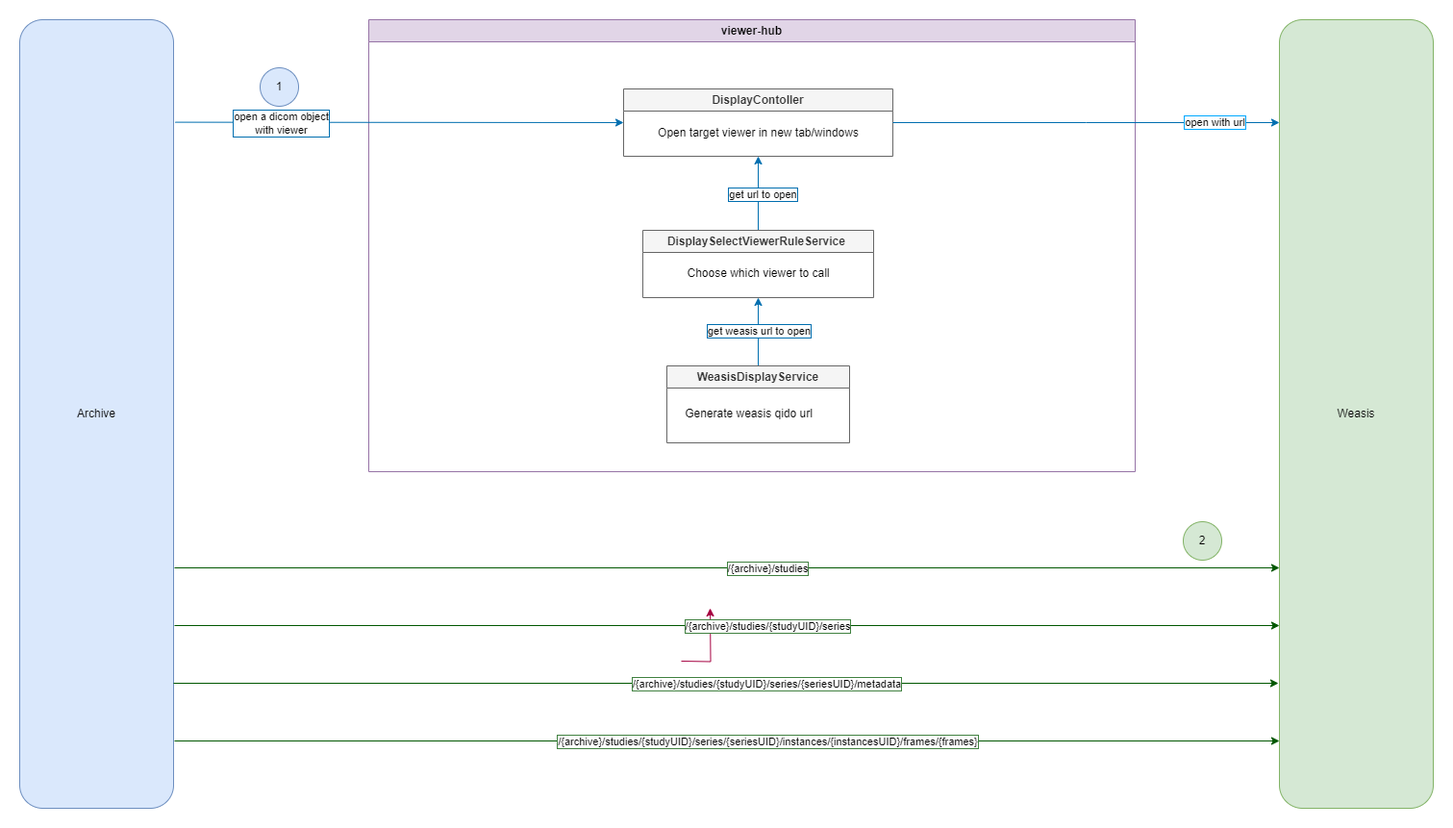
Before: src/main/resources/documentation/integration/weasis-dicomweb.drawio.png, a diagram exported from draw.io (nroduit/viewer-hub). Source tidied: cells renumbered, new cells last; positions are measured from the earlier drawing's top-left corner, leaving out a move shared by most shapes. Its diagram source:
```xml
<mxGraphModel>
  <root>
    <mxCell id="0" />
    <mxCell id="1" parent="0" />
    <mxCell id="2" value="Weasis" style="rounded=1;whiteSpace=wrap;html=1;fillColor=#d5e8d4;strokeColor=#82b366;" parent="1" vertex="1">
      <mxGeometry x="1310" width="160" height="820" as="geometry" />
    </mxCell>
    <mxCell id="3" value="Archive" style="rounded=1;whiteSpace=wrap;html=1;fillColor=#dae8fc;strokeColor=#6c8ebf;" parent="1" vertex="1">
      <mxGeometry width="160" height="820" as="geometry" />
    </mxCell>
    <mxCell id="4" value="viewer-hub" style="swimlane;whiteSpace=wrap;html=1;startSize=23;align=center;fillColor=#e1d5e7;strokeColor=#9673a6;" parent="1" vertex="1">
      <mxGeometry x="363" width="797" height="470" as="geometry" />
    </mxCell>
    <mxCell id="5" style="endArrow=classic;html=1;rounded=0;exitX=0.5;exitY=0;exitDx=0;exitDy=0;entryX=0.5;entryY=1;entryDx=0;entryDy=0;fillColor=#1ba1e2;strokeColor=#006EAF;" parent="4" edge="1" source="14" target="12">
      <mxGeometry relative="1" as="geometry" />
    </mxCell>
    <mxCell id="6" value="get weasis url to open" style="edgeLabel;html=1;align=center;verticalAlign=middle;labelBorderColor=light-dark(#006eaf, #ededed);" parent="5" vertex="1">
      <mxGeometry x="0.04" relative="1" as="geometry" />
    </mxCell>
    <mxCell id="7" style="endArrow=classic;html=1;rounded=0;entryX=0.5;entryY=1;entryDx=0;entryDy=0;exitX=0.5;exitY=0;exitDx=0;exitDy=0;fillColor=#1ba1e2;strokeColor=#006EAF;" parent="4" edge="1" source="12" target="9">
      <mxGeometry relative="1" as="geometry" />
    </mxCell>
    <mxCell id="8" value="get url to open" style="edgeLabel;html=1;align=center;verticalAlign=middle;labelBorderColor=light-dark(#006eaf, #ededed);" parent="7" vertex="1">
      <mxGeometry x="-0.01" y="-4" relative="1" as="geometry" />
    </mxCell>
    <mxCell id="9" value="DisplayContoller" style="swimlane;whiteSpace=wrap;html=1;fillColor=#f5f5f5;strokeColor=#666666;fontColor=#333333;" parent="4" vertex="1">
      <mxGeometry x="265" y="72" width="280" height="70" as="geometry" />
    </mxCell>
    <mxCell id="10" value="Open target viewer in new tab/windows" style="text;html=1;align=center;verticalAlign=middle;strokeColor=none;fillColor=none;" parent="9" vertex="1">
      <mxGeometry x="25" y="31" width="230" height="30" as="geometry" />
    </mxCell>
    <mxCell id="11" style="edgeStyle=orthogonalEdgeStyle;rounded=0;orthogonalLoop=1;jettySize=auto;html=1;exitX=0.75;exitY=0;exitDx=0;exitDy=0;entryX=0.25;entryY=1;entryDx=0;entryDy=0;fillColor=#d80073;strokeColor=#A50040;" parent="4" edge="1">
      <mxGeometry relative="1" as="geometry">
        <mxPoint x="325" y="667" as="sourcePoint" />
        <mxPoint x="355" y="612" as="targetPoint" />
      </mxGeometry>
    </mxCell>
    <mxCell id="12" value="&lt;span style=&quot;&quot;&gt;DisplaySelectViewerRuleService&amp;nbsp;&lt;/span&gt;" style="swimlane;whiteSpace=wrap;html=1;fontStyle=1;fillColor=#f5f5f5;strokeColor=#666666;fontColor=#333333;" parent="4" vertex="1">
      <mxGeometry x="285" y="219" width="240" height="70" as="geometry" />
    </mxCell>
    <mxCell id="13" value="Choose which viewer to call" style="text;html=1;align=center;verticalAlign=middle;strokeColor=none;fillColor=none;" parent="12" vertex="1">
      <mxGeometry x="35" y="30" width="170" height="30" as="geometry" />
    </mxCell>
    <mxCell id="14" value="&lt;span style=&quot;&quot;&gt;WeasisDisplayService&lt;/span&gt;" style="swimlane;whiteSpace=wrap;html=1;fontStyle=1;align=center;fillColor=#f5f5f5;strokeColor=#666666;fontColor=#333333;" parent="4" vertex="1">
      <mxGeometry x="310" y="360" width="190" height="80" as="geometry" />
    </mxCell>
    <mxCell id="15" value="Generate weasis qido url" style="text;html=1;align=center;verticalAlign=middle;strokeColor=none;fillColor=none;" parent="14" vertex="1">
      <mxGeometry x="5" y="35" width="160" height="30" as="geometry" />
    </mxCell>
    <mxCell id="16" style="edgeStyle=orthogonalEdgeStyle;rounded=0;orthogonalLoop=1;jettySize=auto;html=1;exitX=0;exitY=0.5;exitDx=0;exitDy=0;entryX=0.75;entryY=1;entryDx=0;entryDy=0;fillColor=#008a00;strokeColor=#005700;" parent="4" edge="1">
      <mxGeometry relative="1" as="geometry">
        <mxPoint x="455" y="612" as="targetPoint" />
      </mxGeometry>
    </mxCell>
    <mxCell id="17" style="edgeStyle=orthogonalEdgeStyle;rounded=0;orthogonalLoop=1;jettySize=auto;html=1;exitX=1;exitY=0.5;exitDx=0;exitDy=0;entryX=0;entryY=0.5;entryDx=0;entryDy=0;fillColor=#008a00;strokeColor=#005700;" parent="4" edge="1">
      <mxGeometry relative="1" as="geometry">
        <mxPoint x="505" y="572" as="sourcePoint" />
      </mxGeometry>
    </mxCell>
    <mxCell id="18" style="edgeStyle=orthogonalEdgeStyle;rounded=0;orthogonalLoop=1;jettySize=auto;html=1;exitX=0.5;exitY=1;exitDx=0;exitDy=0;entryX=0;entryY=0.75;entryDx=0;entryDy=0;fillColor=#d80073;strokeColor=#A50040;" parent="4" edge="1">
      <mxGeometry relative="1" as="geometry">
        <mxPoint x="405" y="612" as="sourcePoint" />
      </mxGeometry>
    </mxCell>
    <mxCell id="19" style="edgeStyle=orthogonalEdgeStyle;rounded=0;orthogonalLoop=1;jettySize=auto;html=1;exitX=0.5;exitY=0;exitDx=0;exitDy=0;entryX=0.25;entryY=1;entryDx=0;entryDy=0;fillColor=#d80073;strokeColor=#A50040;" parent="4" edge="1">
      <mxGeometry relative="1" as="geometry">
        <mxPoint x="163.5" y="760" as="targetPoint" />
      </mxGeometry>
    </mxCell>
    <mxCell id="20" value="&lt;span style=&quot;color: rgba(0, 0, 0, 0); font-family: monospace; font-size: 0px; text-align: start;&quot;&gt;%3CmxGraphModel%3E%3Croot%3E%3CmxCell%20id%3D%220%22%2F%3E%3CmxCell%20id%3D%221%22%20parent%3D%220%22%2F%3E%3CmxCell%20id%3D%222%22%20value%3D%22retrieve%20manifest%20from%20key%22%20style%3D%22text%3Bhtml%3D1%3Balign%3Dcenter%3BverticalAlign%3Dmiddle%3Bresizable%3D0%3Bpoints%3D%5B%5D%3Bautosize%3D1%3BstrokeColor%3Dnone%3BfillColor%3Dnone%3B%22%20vertex%3D%221%22%20parent%3D%221%22%3E%3CmxGeometry%20x%3D%22535%22%20y%3D%22399%22%20width%3D%22160%22%20height%3D%2230%22%20as%3D%22geometry%22%2F%3E%3C%2FmxCell%3E%3C%2Froot%3E%3C%2FmxGraphModel%3E&lt;/span&gt;" style="text;html=1;align=center;verticalAlign=middle;strokeColor=none;fillColor=none;" parent="4" vertex="1">
      <mxGeometry x="638" width="20" height="30" as="geometry" />
    </mxCell>
    <mxCell id="21" style="endArrow=classic;html=1;rounded=0;exitX=1.011;exitY=0.13;exitDx=0;exitDy=0;exitPerimeter=0;entryX=0;entryY=0.5;entryDx=0;entryDy=0;fillColor=#1ba1e2;strokeColor=#006EAF;" parent="1" edge="1" source="3" target="9">
      <mxGeometry relative="1" as="geometry" />
    </mxCell>
    <mxCell id="22" value="open a dicom object&lt;div&gt;with viewer&lt;/div&gt;" style="edgeLabel;html=1;align=center;verticalAlign=middle;labelBorderColor=light-dark(#006eaf, #ededed);" parent="21" vertex="1">
      <mxGeometry x="-0.21" y="1" relative="1" as="geometry">
        <mxPoint x="-74" y="2" as="offset" />
      </mxGeometry>
    </mxCell>
    <mxCell id="23" style="edgeStyle=orthogonalEdgeStyle;rounded=0;orthogonalLoop=1;jettySize=auto;html=1;exitX=0.75;exitY=0;exitDx=0;exitDy=0;entryX=0.75;entryY=1;entryDx=0;entryDy=0;fillColor=#008a00;strokeColor=#005700;" parent="1" edge="1">
      <mxGeometry relative="1" as="geometry">
        <mxPoint x="1051" y="795" as="targetPoint" />
      </mxGeometry>
    </mxCell>
    <mxCell id="24" style="edgeStyle=orthogonalEdgeStyle;rounded=0;orthogonalLoop=1;jettySize=auto;html=1;exitX=0.25;exitY=1;exitDx=0;exitDy=0;entryX=0.25;entryY=0;entryDx=0;entryDy=0;fillColor=#d80073;strokeColor=#A50040;" parent="1" edge="1">
      <mxGeometry relative="1" as="geometry">
        <mxPoint x="971" y="795" as="sourcePoint" />
      </mxGeometry>
    </mxCell>
    <mxCell id="25" style="edgeStyle=orthogonalEdgeStyle;rounded=0;jettySize=auto;html=1;exitX=1;exitY=0.5;exitDx=0;exitDy=0;labelBorderColor=light-dark(#00a8ff, #ededed);fillColor=#1ba1e2;strokeColor=#006EAF;" parent="1" edge="1" source="9">
      <mxGeometry relative="1" as="geometry">
        <mxPoint x="1310" y="107" as="targetPoint" />
      </mxGeometry>
    </mxCell>
    <mxCell id="26" value="open with url" style="edgeLabel;html=1;align=center;verticalAlign=middle;labelBorderColor=light-dark(#00a8ff, #ededed);" parent="25" vertex="1">
      <mxGeometry x="0.33" y="-1" relative="1" as="geometry">
        <mxPoint x="68" y="-2" as="offset" />
      </mxGeometry>
    </mxCell>
    <mxCell id="27" value="1" style="ellipse;whiteSpace=wrap;html=1;fillColor=#dae8fc;strokeColor=#6c8ebf;" parent="1" vertex="1">
      <mxGeometry x="250" y="50" width="40" height="40" as="geometry" />
    </mxCell>
    <mxCell id="28" value="2" style="ellipse;whiteSpace=wrap;html=1;fillColor=#d5e8d4;strokeColor=#82b366;" parent="1" vertex="1">
      <mxGeometry x="1210" y="522" width="40" height="40" as="geometry" />
    </mxCell>
    <mxCell id="29" style="edgeStyle=orthogonalEdgeStyle;rounded=0;orthogonalLoop=1;jettySize=auto;html=1;entryX=0.007;entryY=0.53;entryDx=0;entryDy=0;entryPerimeter=0;fillColor=#008a00;strokeColor=#005700;exitX=1.011;exitY=0.53;exitDx=0;exitDy=0;exitPerimeter=0;" parent="1" edge="1">
      <mxGeometry relative="1" as="geometry">
        <mxPoint x="161" y="630" as="sourcePoint" />
        <mxPoint x="1310" y="630" as="targetPoint" />
      </mxGeometry>
    </mxCell>
    <mxCell id="30" value="/{archive}/studies/{studyUID}/series" style="edgeLabel;html=1;align=center;verticalAlign=middle;labelBorderColor=light-dark(#408140, #ededed);" parent="29" vertex="1">
      <mxGeometry x="0.05" y="-1" relative="1" as="geometry">
        <mxPoint x="14" y="-1" as="offset" />
      </mxGeometry>
    </mxCell>
    <mxCell id="31" style="edgeStyle=orthogonalEdgeStyle;rounded=0;orthogonalLoop=1;jettySize=auto;html=1;entryX=0.007;entryY=0.53;entryDx=0;entryDy=0;entryPerimeter=0;fillColor=#008a00;strokeColor=#005700;exitX=1.011;exitY=0.53;exitDx=0;exitDy=0;exitPerimeter=0;" parent="1" edge="1">
      <mxGeometry relative="1" as="geometry">
        <mxPoint x="160" y="690" as="sourcePoint" />
        <mxPoint x="1309" y="690" as="targetPoint" />
      </mxGeometry>
    </mxCell>
    <mxCell id="32" value="/{archive}/studies/{studyUID}/series/{seriesUID}/metadata" style="edgeLabel;html=1;align=center;verticalAlign=middle;labelBorderColor=light-dark(#408140, #ededed);" parent="31" vertex="1">
      <mxGeometry x="0.05" y="-1" relative="1" as="geometry">
        <mxPoint x="14" y="-1" as="offset" />
      </mxGeometry>
    </mxCell>
    <mxCell id="33" style="edgeStyle=orthogonalEdgeStyle;rounded=0;orthogonalLoop=1;jettySize=auto;html=1;entryX=0.007;entryY=0.53;entryDx=0;entryDy=0;entryPerimeter=0;fillColor=#008a00;strokeColor=#005700;exitX=1.011;exitY=0.53;exitDx=0;exitDy=0;exitPerimeter=0;" parent="1" edge="1">
      <mxGeometry relative="1" as="geometry">
        <mxPoint x="161" y="750" as="sourcePoint" />
        <mxPoint x="1310" y="750" as="targetPoint" />
      </mxGeometry>
    </mxCell>
    <mxCell id="34" value="/{archive}/studies/{studyUID}/series/{seriesUID}/instances/{instancesUID}/frames/{frames}" style="edgeLabel;html=1;align=center;verticalAlign=middle;labelBorderColor=light-dark(#408140, #ededed);" parent="33" vertex="1">
      <mxGeometry x="0.05" y="-1" relative="1" as="geometry">
        <mxPoint x="14" y="-1" as="offset" />
      </mxGeometry>
    </mxCell>
    <mxCell id="35" style="edgeStyle=orthogonalEdgeStyle;rounded=0;orthogonalLoop=1;jettySize=auto;html=1;entryX=0.007;entryY=0.53;entryDx=0;entryDy=0;entryPerimeter=0;fillColor=#008a00;strokeColor=#005700;exitX=1.011;exitY=0.53;exitDx=0;exitDy=0;exitPerimeter=0;" parent="1" edge="1">
      <mxGeometry relative="1" as="geometry">
        <mxPoint x="161" y="570" as="sourcePoint" />
        <mxPoint x="1310" y="570" as="targetPoint" />
      </mxGeometry>
    </mxCell>
    <mxCell id="36" value="/{archive}/studies" style="edgeLabel;html=1;align=center;verticalAlign=middle;labelBorderColor=light-dark(#408140, #ededed);" parent="35" vertex="1">
      <mxGeometry x="0.05" y="-1" relative="1" as="geometry">
        <mxPoint x="14" y="-1" as="offset" />
      </mxGeometry>
    </mxCell>
  </root>
</mxGraphModel>
```
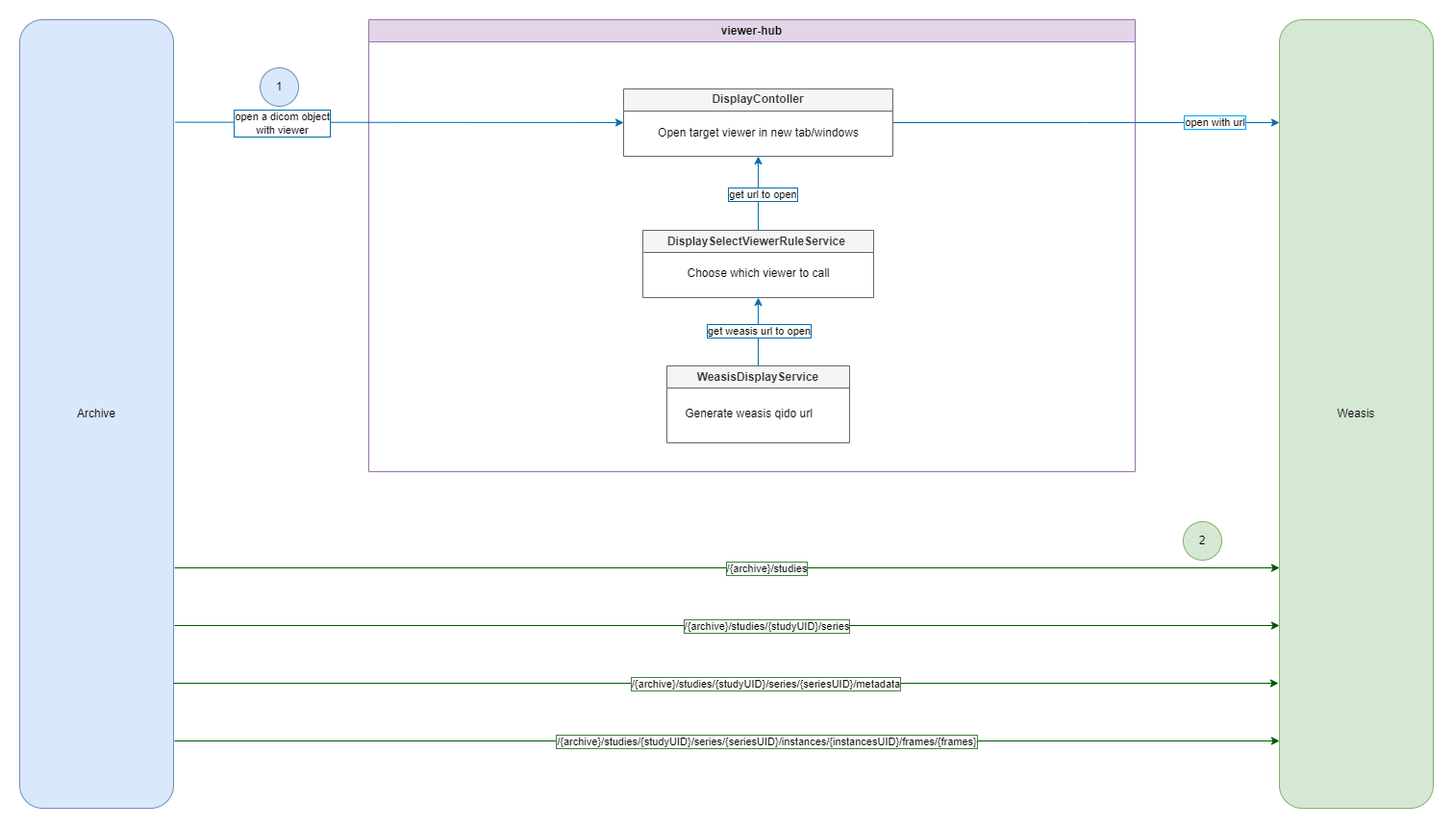
The same file after the commit.

Diff of the diagram source:
```diff
@@ -29,12 +29,6 @@
     <mxCell id="10" value="Open target viewer in new tab/windows" style="text;html=1;align=center;verticalAlign=middle;strokeColor=none;fillColor=none;" parent="9" vertex="1">
       <mxGeometry x="25" y="31" width="230" height="30" as="geometry" />
     </mxCell>
-    <mxCell id="11" style="edgeStyle=orthogonalEdgeStyle;rounded=0;orthogonalLoop=1;jettySize=auto;html=1;exitX=0.75;exitY=0;exitDx=0;exitDy=0;entryX=0.25;entryY=1;entryDx=0;entryDy=0;fillColor=#d80073;strokeColor=#A50040;" parent="4" edge="1">
-      <mxGeometry relative="1" as="geometry">
-        <mxPoint x="325" y="667" as="sourcePoint" />
-        <mxPoint x="355" y="612" as="targetPoint" />
-      </mxGeometry>
-    </mxCell>
     <mxCell id="12" value="&lt;span style=&quot;&quot;&gt;DisplaySelectViewerRuleService&amp;nbsp;&lt;/span&gt;" style="swimlane;whiteSpace=wrap;html=1;fontStyle=1;fillColor=#f5f5f5;strokeColor=#666666;fontColor=#333333;" parent="4" vertex="1">
       <mxGeometry x="285" y="219" width="240" height="70" as="geometry" />
     </mxCell>
```
